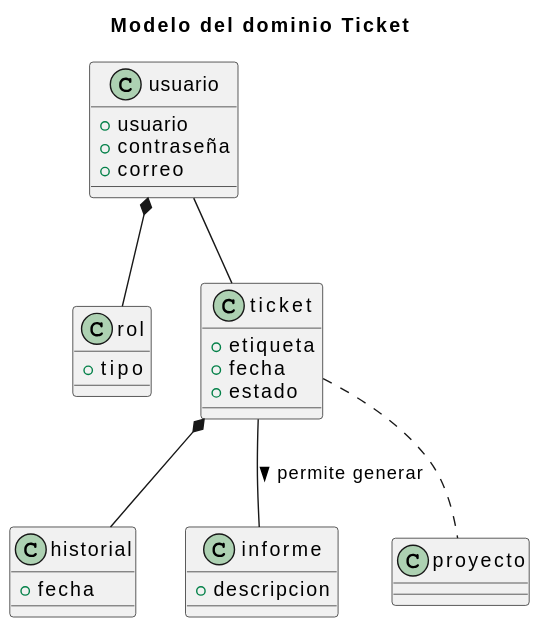
The PlantUML diagram imagenes/modelosUML/ModeloDominioTicket.svg in mmasias/23-24-IdSw1-SDR, before a commit.
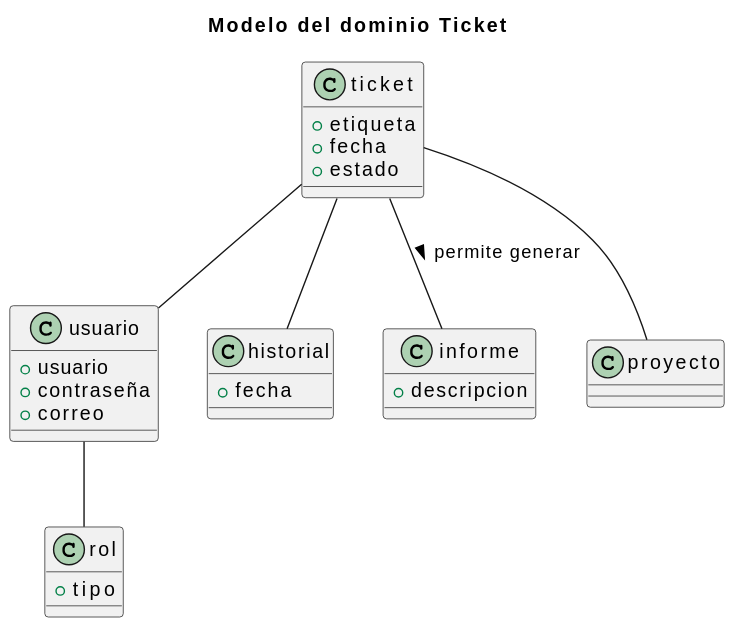
After the commit.

Change to the diagram source:
```diff
@@ -27,10 +27,10 @@
 
 class proyecto
 
-usuario *-- rol
-usuario -- ticket
-ticket .. proyecto
-ticket *-- historial
+usuario -- rol
+ticket-- usuario
+ticket -- proyecto
+ticket -- historial
 
 ticket -d- informe : > permite generar
 @enduml
```
